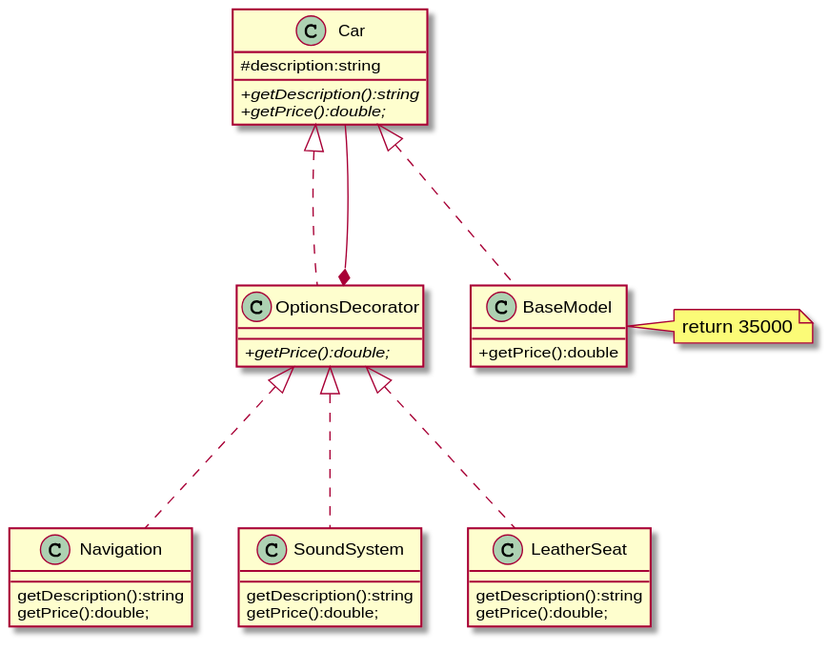
Before: DesignPatern/src/Structural/diagrams/decorator.svg, a diagram exported from PlantUML (behnamasadi/software_engineering).
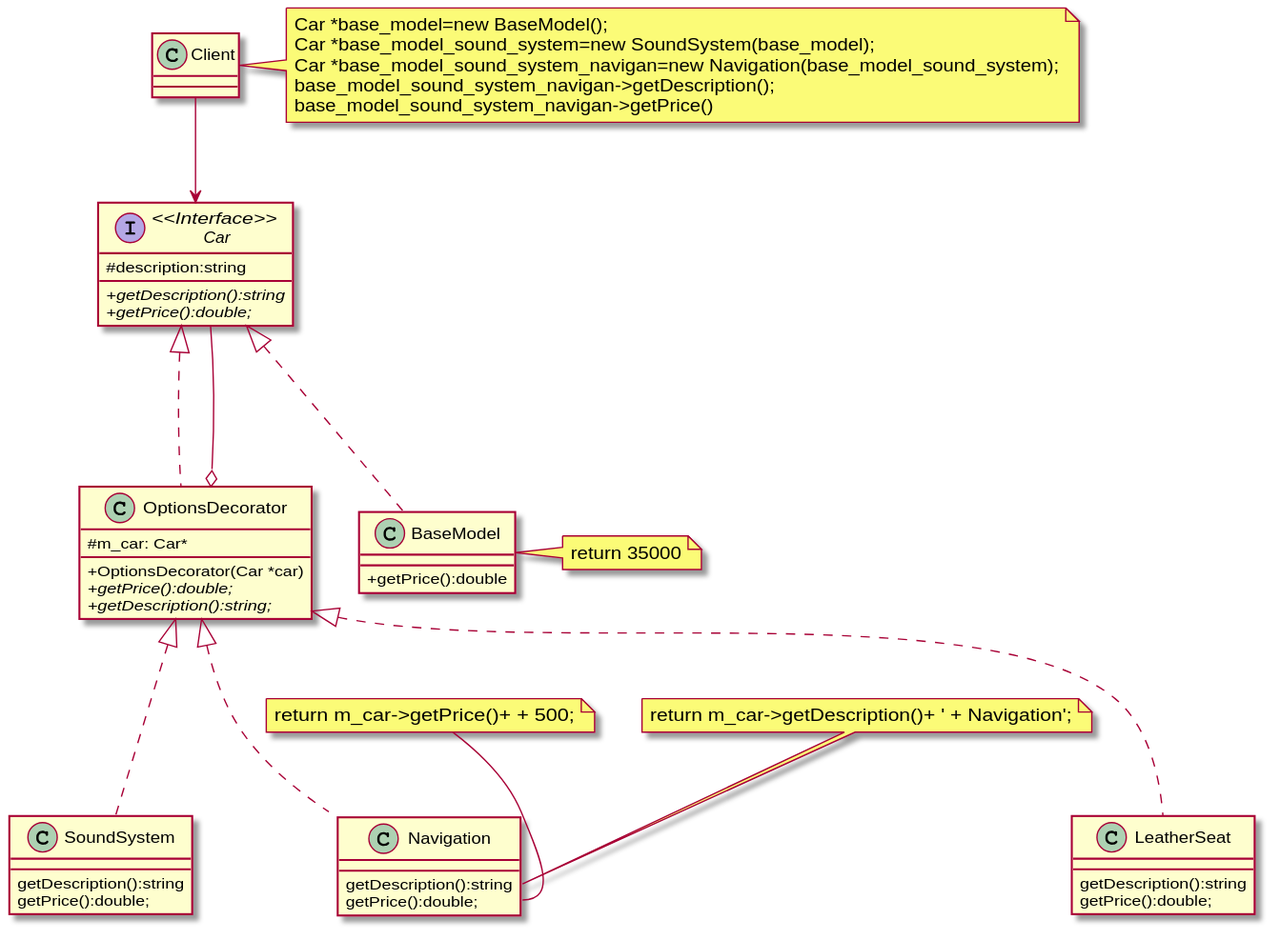
The same diagram one commit later.

Diff of the diagram source:
```diff
@@ -1,11 +1,15 @@
 @startuml
 skinparam classAttributeIconSize 0
-class Car
+
+
+
+interface "<<Interface>>\n Car" as Car
 {
-    # description:string
+   # description:string
     +{abstract} getDescription():string
     +{abstract} getPrice():double;
 }
+
 class BaseModel
 {
 + getPrice():double
@@ -15,7 +19,10 @@
 
 class OptionsDecorator
 {
-    +{abstract} getPrice():double;
+# m_car: Car*
++OptionsDecorator(Car *car)
++{abstract} getPrice():double;
++{abstract} getDescription():string;
 }
 
 class Navigation
@@ -34,11 +41,26 @@
     getDescription():string
     getPrice():double;
 }
+class Client{}
 OptionsDecorator -up..|> Car
-OptionsDecorator *-- Car
+OptionsDecorator o-- Car
 
-Navigation -up..|> OptionsDecorator
 SoundSystem -up..|> OptionsDecorator
 LeatherSeat -up..|> OptionsDecorator
+Navigation -up..|> OptionsDecorator
+
 BaseModel -up..|> Car
+Client --> Car
+
+
+note "Car *base_model=new BaseModel();\nCar *base_model_sound_system=new SoundSystem(base_model);\nCar *base_model_sound_system_navigan=new Navigation(base_model_sound_system);\nbase_model_sound_system_navigan->getDescription();\nbase_model_sound_system_navigan->getPrice()" as ClientNote
+
+
+ClientNote -left--Client
+
+note "return  m_car->getPrice()+  + 500;" as NavigationgetPrice
+note "return  m_car->getDescription()+ ' + Navigation';" as NavigationgetDescription
+
+NavigationgetDescription -- Navigation::getDescription
+NavigationgetPrice -- Navigation::getPrice
 @enduml
```
